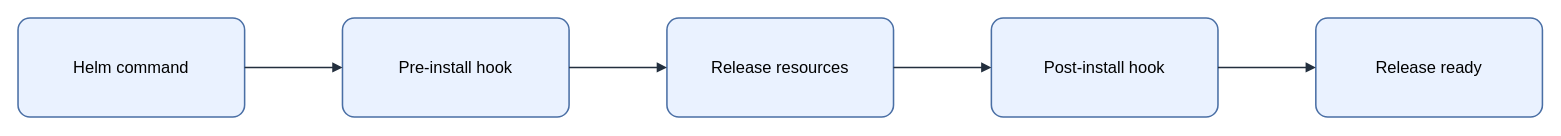
KKamJi98/kkamji98.github.io keeps this draw.io diagram as assets/img/kubernetes/helm-hook-lifecycle.drawio. Above is the earlier version. Source tidied: cells renumbered, new cells numbered last; positions are measured from the earlier drawing's top-left corner, leaving out a move shared by most shapes. Both pictures are drawn from the tidied source at 103%, with x=0, y=0 at pixel (18, 18).
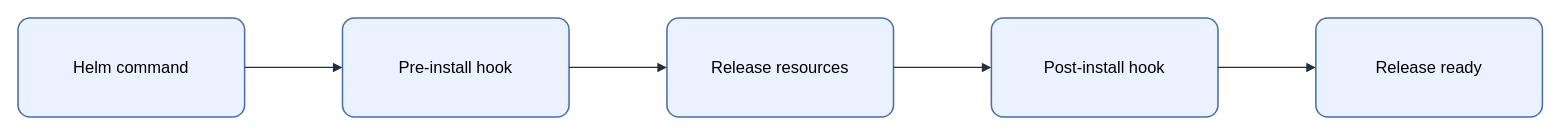
The same page after the edit.

Diff of the diagram source:
```diff
@@
 <mxGraphModel background="#FFFFFF">
   <root>
     <mxCell id="0" />
     <mxCell id="1" parent="0" />
-    <mxCell id="2" value="&lt;font style=&quot;color: rgb(0, 0, 0);&quot;&gt;Helm command&lt;/font&gt;" style="rounded=1;arcSize=12;whiteSpace=wrap;html=1;fillColor=#EAF2FF;strokeColor=#4A6FA5;strokeWidth=1.5;fontColor=#000000;fontSize=16;align=center;verticalAlign=middle;spacing=8;shadow=0;" parent="1" vertex="1">
+    <mxCell id="2" value="Helm command" style="rounded=1;arcSize=12;whiteSpace=wrap;html=0;fillColor=#EAF2FF;strokeColor=#4A6FA5;strokeWidth=1.5;fontColor=#000000;fontSize=16;align=center;verticalAlign=middle;spacing=8;shadow=0;" parent="1" vertex="1">
       <mxGeometry width="220" height="96" as="geometry" />
     </mxCell>
-    <mxCell id="3" value="&lt;font style=&quot;color: rgb(0, 0, 0);&quot;&gt;Pre-install hook&lt;/font&gt;" style="rounded=1;arcSize=12;whiteSpace=wrap;html=1;fillColor=#EAF2FF;strokeColor=#4A6FA5;strokeWidth=1.5;fontColor=#000000;fontSize=16;align=center;verticalAlign=middle;spacing=8;shadow=0;" parent="1" vertex="1">
+    <mxCell id="3" value="Pre-install hook" style="rounded=1;arcSize=12;whiteSpace=wrap;html=0;fillColor=#EAF2FF;strokeColor=#4A6FA5;strokeWidth=1.5;fontColor=#000000;fontSize=16;align=center;verticalAlign=middle;spacing=8;shadow=0;" parent="1" vertex="1">
       <mxGeometry x="315" width="220" height="96" as="geometry" />
     </mxCell>
-    <mxCell id="4" value="&lt;font style=&quot;color: rgb(0, 0, 0);&quot;&gt;Release resources&lt;/font&gt;" style="rounded=1;arcSize=12;whiteSpace=wrap;html=1;fillColor=#EAF2FF;strokeColor=#4A6FA5;strokeWidth=1.5;fontColor=#000000;fontSize=16;align=center;verticalAlign=middle;spacing=8;shadow=0;" parent="1" vertex="1">
+    <mxCell id="4" value="Release resources" style="rounded=1;arcSize=12;whiteSpace=wrap;html=0;fillColor=#EAF2FF;strokeColor=#4A6FA5;strokeWidth=1.5;fontColor=#000000;fontSize=16;align=center;verticalAlign=middle;spacing=8;shadow=0;" parent="1" vertex="1">
       <mxGeometry x="630" width="220" height="96" as="geometry" />
     </mxCell>
-    <mxCell id="5" value="&lt;font style=&quot;color: rgb(0, 0, 0);&quot;&gt;Post-install hook&lt;/font&gt;" style="rounded=1;arcSize=12;whiteSpace=wrap;html=1;fillColor=#EAF2FF;strokeColor=#4A6FA5;strokeWidth=1.5;fontColor=#000000;fontSize=16;align=center;verticalAlign=middle;spacing=8;shadow=0;" parent="1" vertex="1">
+    <mxCell id="5" value="Post-install hook" style="rounded=1;arcSize=12;whiteSpace=wrap;html=0;fillColor=#EAF2FF;strokeColor=#4A6FA5;strokeWidth=1.5;fontColor=#000000;fontSize=16;align=center;verticalAlign=middle;spacing=8;shadow=0;" parent="1" vertex="1">
       <mxGeometry x="945" width="220" height="96" as="geometry" />
     </mxCell>
-    <mxCell id="6" value="&lt;font style=&quot;color: rgb(0, 0, 0);&quot;&gt;Release ready&lt;/font&gt;" style="rounded=1;arcSize=12;whiteSpace=wrap;html=1;fillColor=#EAF2FF;strokeColor=#4A6FA5;strokeWidth=1.5;fontColor=#000000;fontSize=16;align=center;verticalAlign=middle;spacing=8;shadow=0;" parent="1" vertex="1">
+    <mxCell id="6" value="Release ready" style="rounded=1;arcSize=12;whiteSpace=wrap;html=0;fillColor=#EAF2FF;strokeColor=#4A6FA5;strokeWidth=1.5;fontColor=#000000;fontSize=16;align=center;verticalAlign=middle;spacing=8;shadow=0;" parent="1" vertex="1">
       <mxGeometry x="1260" width="220" height="96" as="geometry" />
     </mxCell>
-    <mxCell id="7" style="edgeStyle=orthogonalEdgeStyle;rounded=0;jettySize=auto;html=1;endArrow=block;endFill=1;strokeColor=#232F3E;strokeWidth=1.5;fontColor=#000000;labelBackgroundColor=none;exitX=1;exitY=0.5;exitDx=0;exitDy=0;entryX=0;entryY=0.5;entryDx=0;entryDy=0;" parent="1" edge="1" source="2" target="3">
+    <mxCell id="7" style="edgeStyle=orthogonalEdgeStyle;rounded=0;jettySize=auto;html=0;endArrow=block;endFill=1;strokeColor=#232F3E;strokeWidth=1.25;fontColor=#000000;labelBackgroundColor=none;exitX=1;exitY=0.5;exitDx=0;exitDy=0;entryX=0;entryY=0.5;entryDx=0;entryDy=0;" parent="1" edge="1" source="2" target="3">
       <mxGeometry relative="1" as="geometry" />
     </mxCell>
-    <mxCell id="8" style="edgeStyle=orthogonalEdgeStyle;rounded=0;jettySize=auto;html=1;endArrow=block;endFill=1;strokeColor=#232F3E;strokeWidth=1.5;fontColor=#000000;labelBackgroundColor=none;exitX=1;exitY=0.5;exitDx=0;exitDy=0;entryX=0;entryY=0.5;entryDx=0;entryDy=0;" parent="1" edge="1" source="3" target="4">
+    <mxCell id="8" style="edgeStyle=orthogonalEdgeStyle;rounded=0;jettySize=auto;html=0;endArrow=block;endFill=1;strokeColor=#232F3E;strokeWidth=1.25;fontColor=#000000;labelBackgroundColor=none;exitX=1;exitY=0.5;exitDx=0;exitDy=0;entryX=0;entryY=0.5;entryDx=0;entryDy=0;" parent="1" edge="1" source="3" target="4">
       <mxGeometry relative="1" as="geometry" />
     </mxCell>
-    <mxCell id="9" style="edgeStyle=orthogonalEdgeStyle;rounded=0;jettySize=auto;html=1;endArrow=block;endFill=1;strokeColor=#232F3E;strokeWidth=1.5;fontColor=#000000;labelBackgroundColor=none;exitX=1;exitY=0.5;exitDx=0;exitDy=0;entryX=0;entryY=0.5;entryDx=0;entryDy=0;" parent="1" edge="1" source="4" target="5">
+    <mxCell id="9" style="edgeStyle=orthogonalEdgeStyle;rounded=0;jettySize=auto;html=0;endArrow=block;endFill=1;strokeColor=#232F3E;strokeWidth=1.25;fontColor=#000000;labelBackgroundColor=none;exitX=1;exitY=0.5;exitDx=0;exitDy=0;entryX=0;entryY=0.5;entryDx=0;entryDy=0;" parent="1" edge="1" source="4" target="5">
       <mxGeometry relative="1" as="geometry" />
     </mxCell>
-    <mxCell id="10" style="edgeStyle=orthogonalEdgeStyle;rounded=0;jettySize=auto;html=1;endArrow=block;endFill=1;strokeColor=#232F3E;strokeWidth=1.5;fontColor=#000000;labelBackgroundColor=none;exitX=1;exitY=0.5;exitDx=0;exitDy=0;entryX=0;entryY=0.5;entryDx=0;entryDy=0;" parent="1" edge="1" source="5" target="6">
+    <mxCell id="10" style="edgeStyle=orthogonalEdgeStyle;rounded=0;jettySize=auto;html=0;endArrow=block;endFill=1;strokeColor=#232F3E;strokeWidth=1.25;fontColor=#000000;labelBackgroundColor=none;exitX=1;exitY=0.5;exitDx=0;exitDy=0;entryX=0;entryY=0.5;entryDx=0;entryDy=0;" parent="1" edge="1" source="5" target="6">
       <mxGeometry relative="1" as="geometry" />
     </mxCell>
   </root>
 </mxGraphModel>
```
